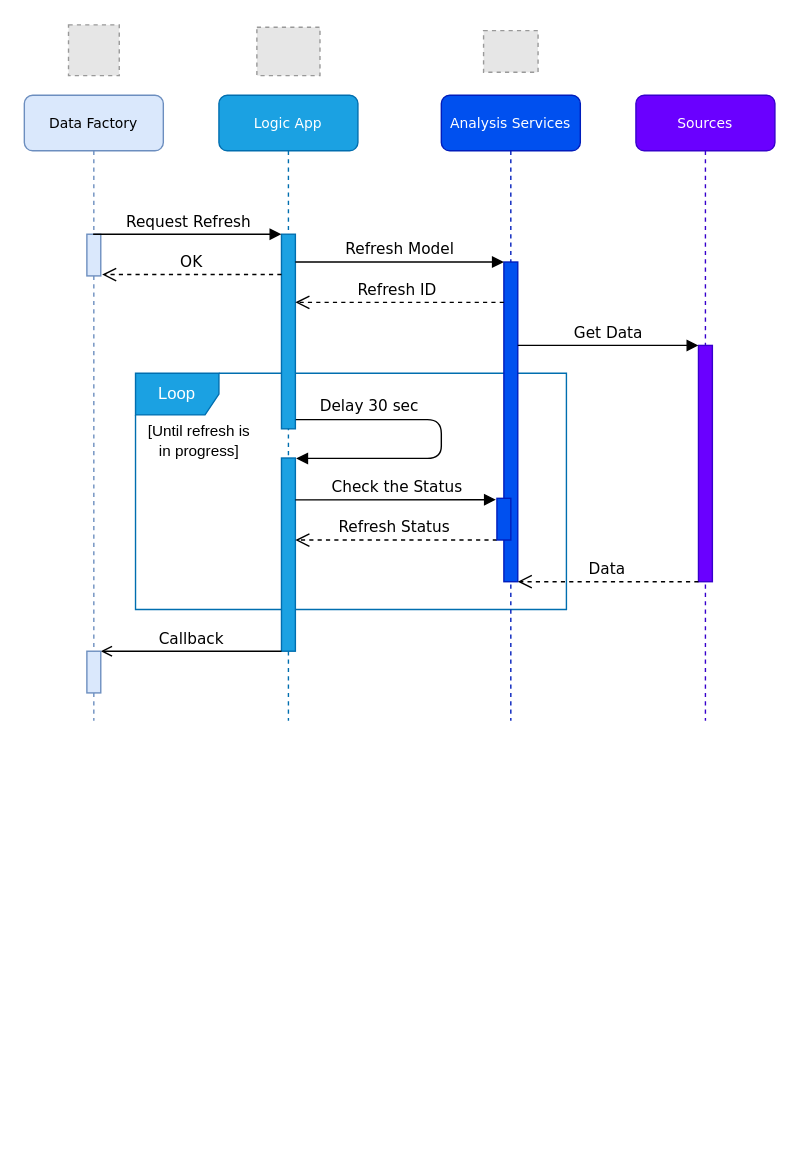
This is data-factory/refresh-analysis-services-logic-app/images/flow.drawio from MarczakIO/azure-enterprise-templates, a draw.io file, before an edit. Source tidied: cells renumbered, new cells numbered last; positions are measured from the earlier drawing's top-left corner, leaving out a move shared by most shapes. Both pictures are drawn from the tidied source at 139%, with x=0, y=0 at pixel (24, 24). Pictures stored in the file or linked from it are replaced by grey dashed boxes.
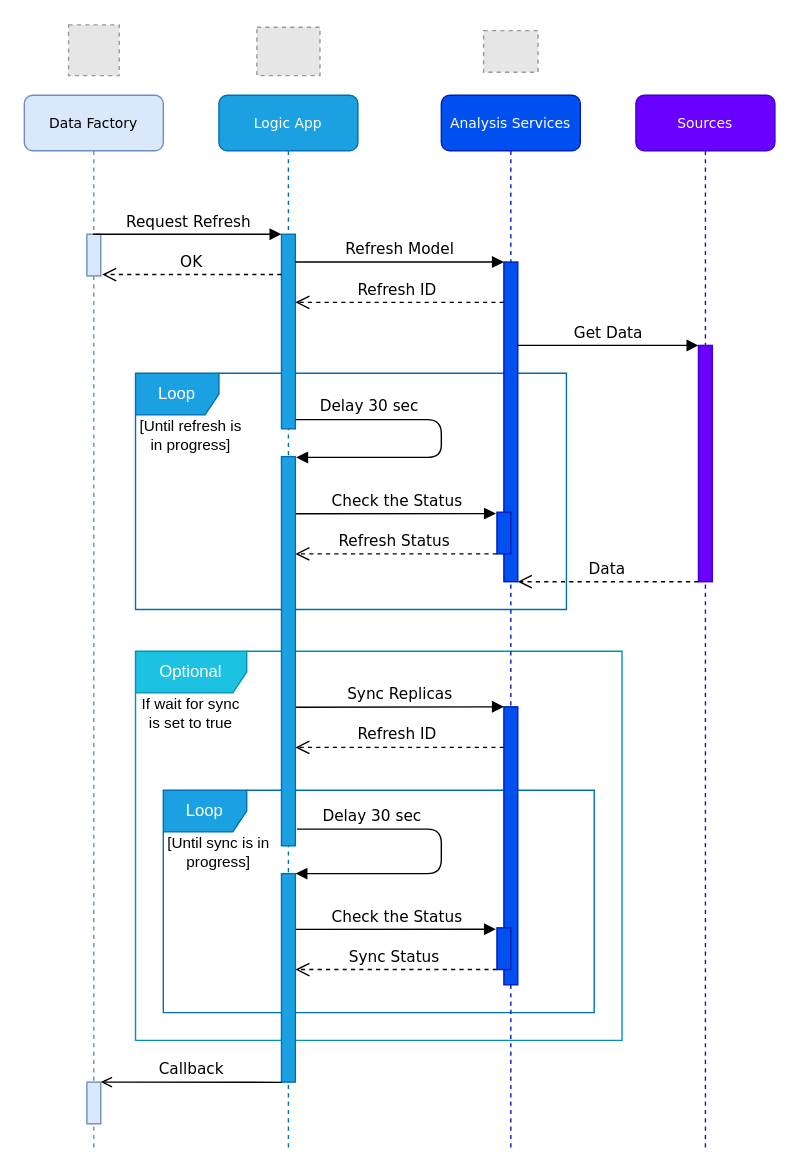
The same page after the edit.

Commit message (it also covers changes not shown here):
updated diagram + readme for sync replicas

Change to the diagram source:
```diff
@@
+    <mxCell id="28" value="Optional" style="shape=umlFrame;whiteSpace=wrap;html=1;width=80;height=30;fillColor=#1DC1E2;strokeColor=#0092AF;fontColor=#ffffff;" parent="1" vertex="1">
+      <mxGeometry x="80" y="451" width="350" height="280" as="geometry" />
+    </mxCell>
+    <mxCell id="29" value="Loop" style="shape=umlFrame;whiteSpace=wrap;html=1;width=60;height=30;fillColor=#1ba1e2;strokeColor=#006EAF;fontColor=#ffffff;" parent="1" vertex="1">
+      <mxGeometry x="100" y="551" width="310" height="160" as="geometry" />
+    </mxCell>
@@
     <mxCell id="3" value="Logic App" style="shape=umlLifeline;perimeter=lifelinePerimeter;whiteSpace=wrap;html=1;rounded=1;shadow=0;comic=0;labelBackgroundColor=none;strokeWidth=1;fontFamily=Verdana;fontSize=10;align=center;fillColor=#1ba1e2;strokeColor=#006EAF;fontColor=#ffffff;" parent="1" vertex="1">
-      <mxGeometry x="140" y="51" width="100" height="450" as="geometry" />
+      <mxGeometry x="140" y="51" width="100" height="760" as="geometry" />
     </mxCell>
@@
+    <mxCell id="30" value="[Until sync is in progress]" style="text;html=1;strokeColor=none;fillColor=none;align=center;verticalAlign=middle;whiteSpace=wrap;rounded=0;fontSize=11;" parent="3" vertex="1">
+      <mxGeometry x="-40" y="530" width="80" height="30" as="geometry" />
+    </mxCell>
     <mxCell id="5" value="Analysis Services" style="shape=umlLifeline;perimeter=lifelinePerimeter;whiteSpace=wrap;html=1;rounded=1;shadow=0;comic=0;labelBackgroundColor=none;strokeWidth=1;fontFamily=Verdana;fontSize=10;align=center;fillColor=#0050ef;strokeColor=#001DBC;fontColor=#ffffff;" parent="1" vertex="1">
-      <mxGeometry x="300" y="51" width="100" height="450" as="geometry" />
+      <mxGeometry x="300" y="51" width="100" height="760" as="geometry" />
     </mxCell>
@@
+    <mxCell id="31" style="html=1;perimeter=orthogonalPerimeter;rounded=0;shadow=0;comic=0;labelBackgroundColor=none;strokeWidth=1;fontFamily=Verdana;fontSize=12;align=center;fillColor=#0050ef;strokeColor=#001DBC;fontColor=#ffffff;" parent="5" vertex="1">
+      <mxGeometry x="45" y="440" width="10" height="200" as="geometry" />
+    </mxCell>
     <mxCell id="7" value="Sources" style="shape=umlLifeline;perimeter=lifelinePerimeter;whiteSpace=wrap;html=1;rounded=1;shadow=0;comic=0;labelBackgroundColor=none;strokeWidth=1;fontFamily=Verdana;fontSize=10;align=center;fillColor=#6a00ff;strokeColor=#3700CC;fontColor=#ffffff;" parent="1" vertex="1">
-      <mxGeometry x="440" y="51" width="100" height="450" as="geometry" />
+      <mxGeometry x="440" y="51" width="100" height="760" as="geometry" />
     </mxCell>
     <mxCell id="8" value="Data Factory" style="shape=umlLifeline;perimeter=lifelinePerimeter;whiteSpace=wrap;html=1;outlineConnect=0;rounded=1;shadow=0;comic=0;labelBackgroundColor=none;strokeWidth=1;fontFamily=Verdana;fontSize=10;align=center;fillColor=#dae8fc;strokeColor=#6c8ebf;" parent="1" vertex="1">
-      <mxGeometry y="51" width="100" height="450" as="geometry" />
+      <mxGeometry y="51" width="100" height="760" as="geometry" />
     </mxCell>
@@
+    <mxCell id="22" style="html=1;points=[];perimeter=orthogonalPerimeter;rounded=0;shadow=0;comic=0;labelBackgroundColor=none;strokeWidth=1;fontFamily=Verdana;fontSize=12;align=center;fillColor=#dae8fc;strokeColor=#6c8ebf;" parent="8" vertex="1">
+      <mxGeometry x="45" y="710" width="10" height="30" as="geometry" />
+    </mxCell>
@@
-    <mxCell id="15" style="html=1;points=[];perimeter=orthogonalPerimeter;rounded=0;shadow=0;comic=0;labelBackgroundColor=none;strokeWidth=1;fontFamily=Verdana;fontSize=12;align=center;fillColor=#1ba1e2;strokeColor=#006EAF;fontColor=#ffffff;" parent="1" vertex="1">
-      <mxGeometry x="185" y="312" width="10" height="139" as="geometry" />
-    </mxCell>
@@
     <mxCell id="18" value="Check the Status" style="html=1;verticalAlign=bottom;endArrow=block;labelBackgroundColor=none;fontFamily=Verdana;fontSize=11;edgeStyle=elbowEdgeStyle;elbow=vertical;entryX=-0.074;entryY=0.006;entryDx=0;entryDy=0;entryPerimeter=0;" parent="1" edge="1" target="23">
       <mxGeometry relative="1" as="geometry">
-        <mxPoint x="195" y="342.1" as="sourcePoint" />
+        <mxPoint x="195" y="352.1" as="sourcePoint" />
       </mxGeometry>
     </mxCell>
     <mxCell id="19" value="Refresh Status" style="html=1;verticalAlign=bottom;endArrow=open;dashed=1;endSize=8;labelBackgroundColor=none;fontFamily=Verdana;fontSize=11;edgeStyle=elbowEdgeStyle;elbow=vertical;entryX=1.003;entryY=0.516;entryDx=0;entryDy=0;entryPerimeter=0;" parent="1" edge="1">
       <mxGeometry x="0.02" relative="1" as="geometry">
-        <mxPoint x="340" y="371" as="sourcePoint" />
-        <mxPoint x="195" y="371.4" as="targetPoint" />
+        <mxPoint x="340" y="381" as="sourcePoint" />
+        <mxPoint x="195" y="381.4" as="targetPoint" />
         <Array as="points">
-          <mxPoint x="270" y="371" />
-          <mxPoint x="290" y="362" />
-          <mxPoint x="250" y="362" />
-          <mxPoint x="130" y="364" />
-          <mxPoint x="480" y="755" />
+          <mxPoint x="270" y="381" />
+          <mxPoint x="290" y="372" />
+          <mxPoint x="250" y="372" />
+          <mxPoint x="130" y="374" />
+          <mxPoint x="480" y="765" />
         </Array>
       </mxGeometry>
     </mxCell>
@@
-    <mxCell id="21" value="Callback" style="html=1;verticalAlign=bottom;endArrow=open;labelBackgroundColor=none;fontFamily=Verdana;fontSize=11;edgeStyle=elbowEdgeStyle;elbow=vertical;entryX=1;entryY=0.005;entryDx=0;entryDy=0;entryPerimeter=0;endFill=0;" parent="1" edge="1" target="22">
-      <mxGeometry relative="1" as="geometry">
-        <mxPoint x="185" y="451" as="sourcePoint" />
-        <Array as="points">
-          <mxPoint x="180" y="451" />
-          <mxPoint x="170" y="461" />
-          <mxPoint x="150" y="451" />
-        </Array>
-      </mxGeometry>
-    </mxCell>
-    <mxCell id="22" style="html=1;points=[];perimeter=orthogonalPerimeter;rounded=0;shadow=0;comic=0;labelBackgroundColor=none;strokeWidth=1;fontFamily=Verdana;fontSize=12;align=center;fillColor=#dae8fc;strokeColor=#6c8ebf;" parent="1" vertex="1">
-      <mxGeometry x="45" y="451" width="10" height="30" as="geometry" />
-    </mxCell>
     <mxCell id="23" style="html=1;points=[];perimeter=orthogonalPerimeter;rounded=0;shadow=0;comic=0;labelBackgroundColor=none;strokeWidth=1;fontFamily=Verdana;fontSize=12;align=center;fillColor=#0050ef;strokeColor=#001DBC;fontColor=#ffffff;" parent="1" vertex="1">
-      <mxGeometry x="340" y="341" width="10" height="30" as="geometry" />
+      <mxGeometry x="340" y="351" width="10" height="30" as="geometry" />
     </mxCell>
     <mxCell id="24" value="[Until refresh is in progress]" style="text;html=1;strokeColor=none;fillColor=none;align=center;verticalAlign=middle;whiteSpace=wrap;rounded=0;fontSize=11;" parent="1" vertex="1">
-      <mxGeometry x="86" y="285" width="80" height="30" as="geometry" />
+      <mxGeometry x="80" y="281" width="80" height="30" as="geometry" />
     </mxCell>
@@
+    <mxCell id="32" value="Sync Replicas" style="html=1;verticalAlign=bottom;endArrow=block;entryX=0;entryY=0;labelBackgroundColor=none;fontFamily=Verdana;fontSize=11;edgeStyle=elbowEdgeStyle;elbow=vertical;" parent="1" edge="1">
+      <mxGeometry relative="1" as="geometry">
+        <mxPoint x="195" y="491.3" as="sourcePoint" />
+        <mxPoint x="345" y="491.2" as="targetPoint" />
+      </mxGeometry>
+    </mxCell>
+    <mxCell id="33" value="Refresh ID" style="html=1;verticalAlign=bottom;endArrow=open;dashed=1;endSize=8;labelBackgroundColor=none;fontFamily=Verdana;fontSize=11;edgeStyle=elbowEdgeStyle;elbow=vertical;entryX=1.003;entryY=0.516;entryDx=0;entryDy=0;entryPerimeter=0;" parent="1" edge="1">
+      <mxGeometry x="0.02" relative="1" as="geometry">
+        <mxPoint x="345" y="520.2" as="sourcePoint" />
+        <mxPoint x="195" y="520.6" as="targetPoint" />
+        <Array as="points">
+          <mxPoint x="270" y="520.2" />
+          <mxPoint x="290" y="511.2" />
+          <mxPoint x="250" y="511.2" />
+          <mxPoint x="130" y="513.2" />
+          <mxPoint x="480" y="904.2" />
+        </Array>
+      </mxGeometry>
+    </mxCell>
+    <mxCell id="34" value="Delay 30 sec" style="html=1;verticalAlign=bottom;endArrow=block;labelBackgroundColor=none;fontFamily=Verdana;fontSize=11;edgeStyle=elbowEdgeStyle;elbow=vertical;exitX=1.106;exitY=0.957;exitDx=0;exitDy=0;exitPerimeter=0;entryX=1.006;entryY=0;entryDx=0;entryDy=0;entryPerimeter=0;" parent="1" edge="1" source="15" target="38">
+      <mxGeometry x="-0.55" relative="1" as="geometry">
+        <Array as="points">
+          <mxPoint x="300" y="571" />
+        </Array>
+      </mxGeometry>
+    </mxCell>
+    <mxCell id="35" value="Check the Status" style="html=1;verticalAlign=bottom;endArrow=block;labelBackgroundColor=none;fontFamily=Verdana;fontSize=11;edgeStyle=elbowEdgeStyle;elbow=vertical;entryX=-0.074;entryY=0.006;entryDx=0;entryDy=0;entryPerimeter=0;" parent="1" edge="1" target="37">
+      <mxGeometry relative="1" as="geometry">
+        <mxPoint x="195" y="651.1" as="sourcePoint" />
+      </mxGeometry>
+    </mxCell>
+    <mxCell id="36" value="Sync Status" style="html=1;verticalAlign=bottom;endArrow=open;dashed=1;endSize=8;labelBackgroundColor=none;fontFamily=Verdana;fontSize=11;edgeStyle=elbowEdgeStyle;elbow=vertical;entryX=1.003;entryY=0.516;entryDx=0;entryDy=0;entryPerimeter=0;" parent="1" edge="1">
+      <mxGeometry x="0.02" relative="1" as="geometry">
+        <mxPoint x="340" y="680" as="sourcePoint" />
+        <mxPoint x="195" y="680.4" as="targetPoint" />
+        <Array as="points">
+          <mxPoint x="270" y="680" />
+          <mxPoint x="290" y="671" />
+          <mxPoint x="250" y="671" />
+          <mxPoint x="130" y="673" />
+          <mxPoint x="480" y="1064" />
+        </Array>
+      </mxGeometry>
+    </mxCell>
+    <mxCell id="37" style="html=1;points=[];perimeter=orthogonalPerimeter;rounded=0;shadow=0;comic=0;labelBackgroundColor=none;strokeWidth=1;fontFamily=Verdana;fontSize=12;align=center;fillColor=#0050ef;strokeColor=#001DBC;fontColor=#ffffff;" parent="1" vertex="1">
+      <mxGeometry x="340" y="650" width="10" height="30" as="geometry" />
+    </mxCell>
+    <mxCell id="15" style="html=1;points=[];perimeter=orthogonalPerimeter;rounded=0;shadow=0;comic=0;labelBackgroundColor=none;strokeWidth=1;fontFamily=Verdana;fontSize=12;align=center;fillColor=#1ba1e2;strokeColor=#006EAF;fontColor=#ffffff;" parent="1" vertex="1">
+      <mxGeometry x="185" y="311" width="10" height="280" as="geometry" />
+    </mxCell>
+    <mxCell id="38" style="html=1;points=[];perimeter=orthogonalPerimeter;rounded=0;shadow=0;comic=0;labelBackgroundColor=none;strokeWidth=1;fontFamily=Verdana;fontSize=12;align=center;fillColor=#1ba1e2;strokeColor=#006EAF;fontColor=#ffffff;" parent="1" vertex="1">
+      <mxGeometry x="185" y="611" width="10" height="150" as="geometry" />
+    </mxCell>
+    <mxCell id="21" value="Callback" style="html=1;verticalAlign=bottom;endArrow=open;labelBackgroundColor=none;fontFamily=Verdana;fontSize=11;edgeStyle=elbowEdgeStyle;elbow=vertical;entryX=1;entryY=0.005;entryDx=0;entryDy=0;entryPerimeter=0;endFill=0;exitX=0.009;exitY=1.001;exitDx=0;exitDy=0;exitPerimeter=0;" parent="1" edge="1" source="38" target="22">
+      <mxGeometry relative="1" as="geometry">
+        <Array as="points">
+          <mxPoint x="120" y="761" />
+          <mxPoint x="170" y="462" />
+          <mxPoint x="150" y="452" />
+        </Array>
+      </mxGeometry>
+    </mxCell>
+    <mxCell id="39" value="If wait for sync is set to true" style="text;html=1;strokeColor=none;fillColor=none;align=center;verticalAlign=middle;whiteSpace=wrap;rounded=0;fontSize=11;" parent="1" vertex="1">
+      <mxGeometry x="80" y="481" width="80" height="30" as="geometry" />
+    </mxCell>
```
